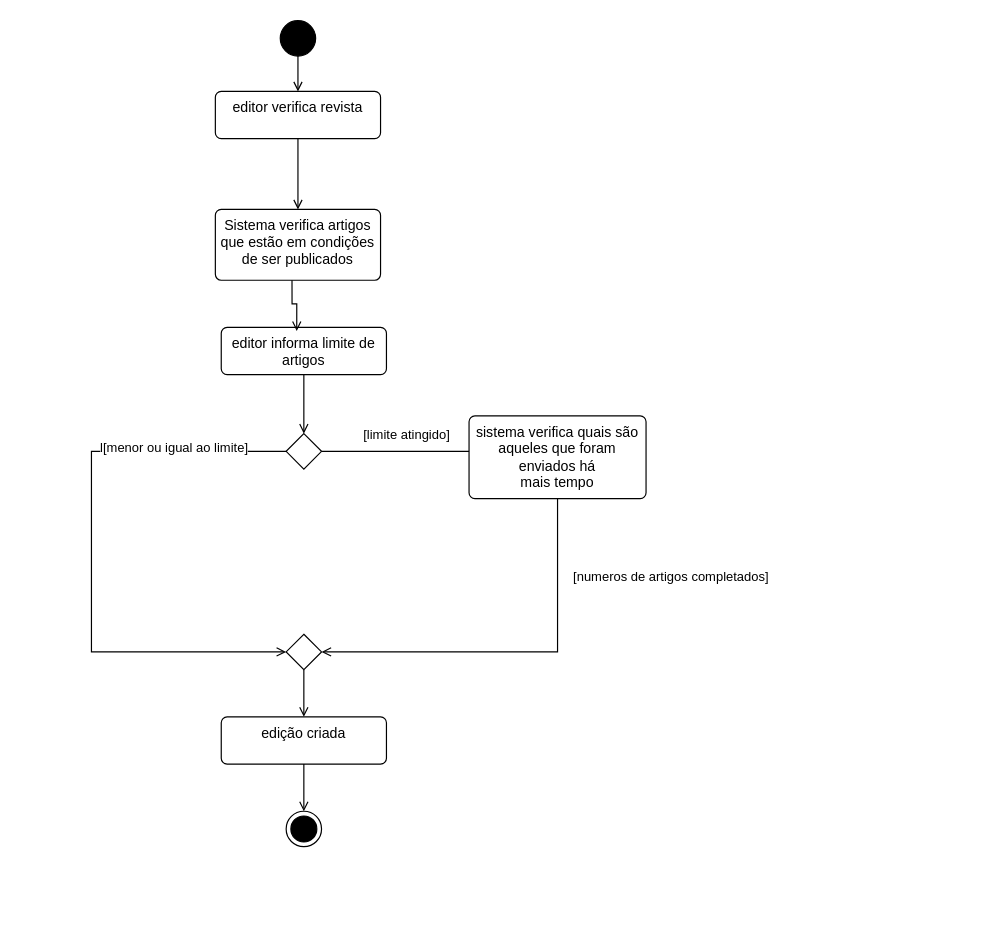
This is diagrama de atividades exer1.drawio from NickSplorer/diagramas_waldo, a draw.io file, before an edit. Source tidied: cells renumbered, new cells numbered last; positions are measured from the earlier drawing's top-left corner, leaving out a move shared by most shapes. Both pictures are drawn from the tidied source at 118%, with x=0, y=0 at pixel (91, 20).
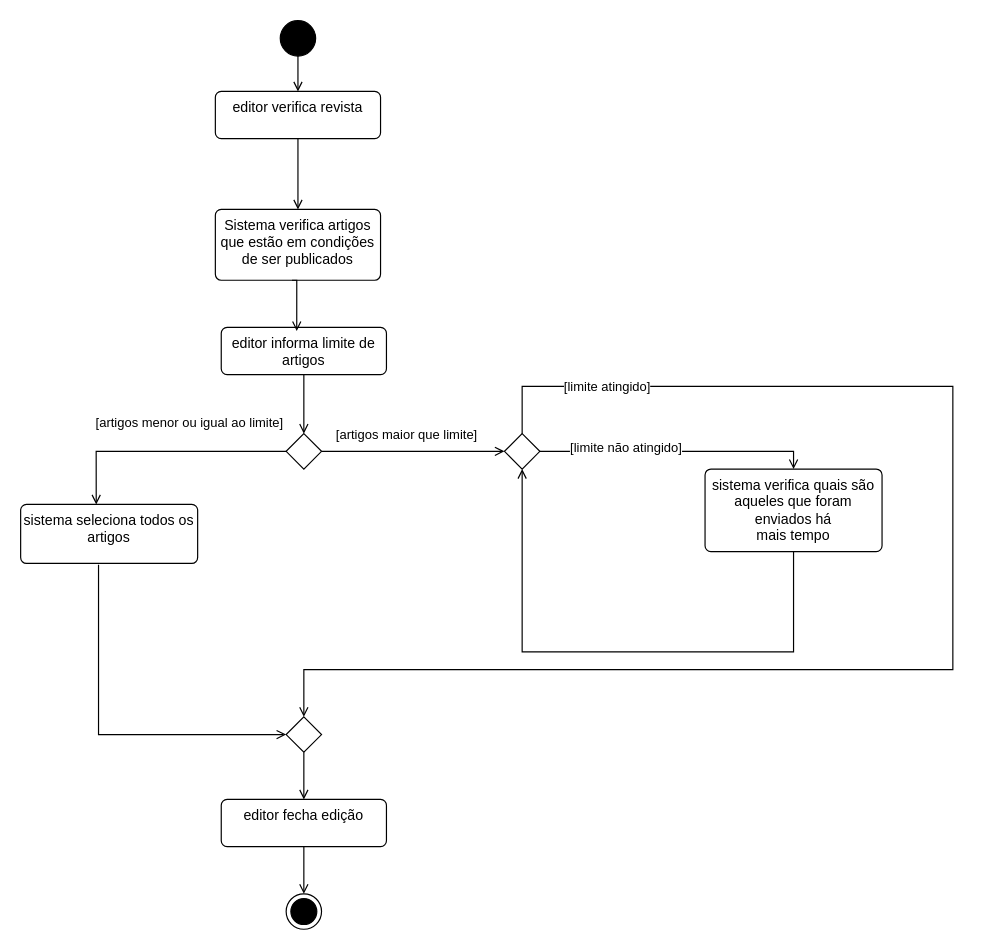
Above is the later version.

The change refers to these unchanged cells:
```xml
<mxCell id="6" value="Sistema verifica&amp;nbsp;artigos que estão em condições de ser publicados" style="html=1;align=center;verticalAlign=top;rounded=1;absoluteArcSize=1;arcSize=10;dashed=0;whiteSpace=wrap;" parent="1" vertex="1">
  <mxGeometry x="105" y="160" width="140" height="60" as="geometry" />
</mxCell>
<mxCell id="8" value="editor informa limite de artigos" style="html=1;align=center;verticalAlign=top;rounded=1;absoluteArcSize=1;arcSize=10;dashed=0;whiteSpace=wrap;" parent="1" vertex="1">
  <mxGeometry x="110" y="260" width="140" height="40" as="geometry" />
</mxCell>
<mxCell id="13" style="rhombus;" parent="1" vertex="1">
  <mxGeometry x="165" y="350" width="30" height="30" as="geometry" />
</mxCell>
```

What changed in the source:
```diff
@@
-    <mxCell id="9" style="edgeStyle=orthogonalEdgeStyle;rounded=0;jettySize=auto;html=1;" parent="1" edge="1" source="13">
+    <mxCell id="9" style="edgeStyle=orthogonalEdgeStyle;rounded=0;jettySize=auto;html=1;endArrow=open;endFill=0;" parent="1" edge="1" source="13">
       <mxGeometry relative="1" as="geometry">
         <mxPoint x="350" y="365" as="targetPoint" />
       </mxGeometry>
     </mxCell>
-    <mxCell id="10" value="[limite atingido]" style="edgeLabel;html=1;align=center;verticalAlign=middle;" parent="9" vertex="1">
+    <mxCell id="10" value="[artigos maior que limite]" style="edgeLabel;html=1;align=center;verticalAlign=middle;" parent="9" vertex="1">
       <mxGeometry x="-0.29" y="4" relative="1" as="geometry">
         <mxPoint x="16" y="-11" as="offset" />
       </mxGeometry>
     </mxCell>
-    <mxCell id="11" style="edgeStyle=orthogonalEdgeStyle;shape=connector;rounded=0;jettySize=auto;html=1;entryX=0;entryY=0.5;entryDx=0;entryDy=0;strokeColor=default;align=center;verticalAlign=middle;fontFamily=Helvetica;fontSize=11;fontColor=default;labelBackgroundColor=default;endArrow=open;endFill=0;" parent="1" edge="1" source="13" target="18">
+    <mxCell id="11" style="edgeStyle=orthogonalEdgeStyle;shape=connector;rounded=0;jettySize=auto;html=1;entryX=0.427;entryY=0;entryDx=0;entryDy=0;strokeColor=default;align=center;verticalAlign=middle;fontFamily=Helvetica;fontSize=11;fontColor=default;labelBackgroundColor=default;endArrow=open;endFill=0;entryPerimeter=0;" parent="1" edge="1" source="13" target="24">
       <mxGeometry relative="1" as="geometry">
         <Array as="points">
-          <mxPoint y="365" />
-          <mxPoint y="535" />
+          <mxPoint x="4" y="365" />
         </Array>
       </mxGeometry>
     </mxCell>
-    <mxCell id="12" value="l[menor ou igual ao limite]" style="edgeLabel;html=1;align=center;verticalAlign=middle;fontFamily=Helvetica;fontSize=11;fontColor=default;labelBackgroundColor=default;" parent="11" vertex="1">
-      <mxGeometry x="-0.62" y="-4" relative="1" as="geometry" />
+    <mxCell id="12" value="[artigos menor ou igual ao limite]" style="edgeLabel;html=1;align=center;verticalAlign=middle;fontFamily=Helvetica;fontSize=11;fontColor=default;labelBackgroundColor=default;" parent="11" vertex="1">
+      <mxGeometry x="-0.62" y="-4" relative="1" as="geometry">
+        <mxPoint x="-44" y="-21" as="offset" />
+      </mxGeometry>
     </mxCell>
@@
-    <mxCell id="14" style="edgeStyle=orthogonalEdgeStyle;shape=connector;rounded=0;jettySize=auto;html=1;entryX=1;entryY=0.5;entryDx=0;entryDy=0;strokeColor=default;align=center;verticalAlign=middle;fontFamily=Helvetica;fontSize=11;fontColor=default;labelBackgroundColor=default;endArrow=open;endFill=0;" parent="1" edge="1" source="16" target="18">
+    <mxCell id="14" style="edgeStyle=orthogonalEdgeStyle;shape=connector;rounded=0;jettySize=auto;html=1;entryX=0.5;entryY=1;entryDx=0;entryDy=0;strokeColor=default;align=center;verticalAlign=middle;fontFamily=Helvetica;fontSize=11;fontColor=default;labelBackgroundColor=default;endArrow=open;endFill=0;" parent="1" edge="1" source="16" target="29">
       <mxGeometry relative="1" as="geometry">
         <Array as="points">
-          <mxPoint x="395" y="535" />
+          <mxPoint x="595" y="535" />
+          <mxPoint x="365" y="535" />
         </Array>
       </mxGeometry>
     </mxCell>
-    <mxCell id="15" value="[numeros de artigos completados]" style="edgeLabel;html=1;align=center;verticalAlign=middle;fontFamily=Helvetica;fontSize=11;fontColor=default;labelBackgroundColor=default;" parent="14" vertex="1">
-      <mxGeometry x="-0.48" y="-4" relative="1" as="geometry">
-        <mxPoint x="99" y="-21" as="offset" />
-      </mxGeometry>
-    </mxCell>
     <mxCell id="16" value="sistema verifica quais são aqueles que foram enviados há&lt;br/&gt;mais tempo" style="html=1;align=center;verticalAlign=top;rounded=1;absoluteArcSize=1;arcSize=10;dashed=0;whiteSpace=wrap;" parent="1" vertex="1">
-      <mxGeometry x="320" y="335" width="150" height="70" as="geometry" />
+      <mxGeometry x="520" y="380" width="150" height="70" as="geometry" />
     </mxCell>
@@
     <mxCell id="18" style="rhombus;" parent="1" vertex="1">
-      <mxGeometry x="165" y="520" width="30" height="30" as="geometry" />
+      <mxGeometry x="165" y="590" width="30" height="30" as="geometry" />
     </mxCell>
@@
-    <mxCell id="20" value="edição criada" style="html=1;align=center;verticalAlign=top;rounded=1;absoluteArcSize=1;arcSize=10;dashed=0;whiteSpace=wrap;" parent="1" vertex="1">
-      <mxGeometry x="110" y="590" width="140" height="40" as="geometry" />
+    <mxCell id="20" value="editor fecha edição" style="html=1;align=center;verticalAlign=top;rounded=1;absoluteArcSize=1;arcSize=10;dashed=0;whiteSpace=wrap;" parent="1" vertex="1">
+      <mxGeometry x="110" y="660" width="140" height="40" as="geometry" />
     </mxCell>
     <mxCell id="21" style="edgeStyle=orthogonalEdgeStyle;shape=connector;rounded=0;jettySize=auto;html=1;entryX=0.457;entryY=0.075;entryDx=0;entryDy=0;entryPerimeter=0;strokeColor=default;align=center;verticalAlign=middle;fontFamily=Helvetica;fontSize=11;fontColor=default;labelBackgroundColor=default;endArrow=open;endFill=0;exitX=0.464;exitY=1;exitDx=0;exitDy=0;exitPerimeter=0;" parent="1" edge="1" source="6" target="8">
-      <mxGeometry relative="1" as="geometry" />
+      <mxGeometry relative="1" as="geometry">
+        <Array as="points">
+          <mxPoint x="174" y="220" />
+        </Array>
+      </mxGeometry>
     </mxCell>
     <mxCell id="22" style="ellipse;html=1;shape=endState;fillColor=strokeColor;fontFamily=Helvetica;fontSize=11;fontColor=default;labelBackgroundColor=default;" parent="1" vertex="1">
-      <mxGeometry x="165" y="670" width="30" height="30" as="geometry" />
+      <mxGeometry x="165" y="740" width="30" height="30" as="geometry" />
     </mxCell>
+    <mxCell id="23" style="edgeStyle=orthogonalEdgeStyle;rounded=0;jettySize=auto;html=1;entryX=0;entryY=0.5;entryDx=0;entryDy=0;exitX=0.44;exitY=1.02;exitDx=0;exitDy=0;exitPerimeter=0;endArrow=open;endFill=0;" parent="1" edge="1" source="24" target="18">
+      <mxGeometry relative="1" as="geometry">
+        <Array as="points">
+          <mxPoint x="6" y="605" />
+        </Array>
+      </mxGeometry>
+    </mxCell>
+    <mxCell id="24" value="sistema seleciona todos os artigos" style="html=1;align=center;verticalAlign=top;rounded=1;absoluteArcSize=1;arcSize=10;dashed=0;whiteSpace=wrap;" parent="1" vertex="1">
+      <mxGeometry x="-60" y="410" width="150" height="50" as="geometry" />
+    </mxCell>
+    <mxCell id="25" style="edgeStyle=orthogonalEdgeStyle;rounded=0;jettySize=auto;html=1;entryX=0.5;entryY=0;entryDx=0;entryDy=0;endArrow=open;endFill=0;" parent="1" edge="1" source="29" target="16">
+      <mxGeometry relative="1" as="geometry">
+        <Array as="points">
+          <mxPoint x="595" y="365" />
+        </Array>
+      </mxGeometry>
+    </mxCell>
+    <mxCell id="26" value="[limite não atingido]" style="edgeLabel;html=1;align=center;verticalAlign=middle;fontFamily=Helvetica;fontSize=11;fontColor=default;labelBackgroundColor=default;" parent="25" vertex="1">
+      <mxGeometry x="-0.37" y="4" relative="1" as="geometry" />
+    </mxCell>
+    <mxCell id="27" style="edgeStyle=orthogonalEdgeStyle;shape=connector;rounded=0;jettySize=auto;html=1;strokeColor=default;align=center;verticalAlign=middle;fontFamily=Helvetica;fontSize=11;fontColor=default;labelBackgroundColor=default;endArrow=open;endFill=0;entryX=0.5;entryY=0;entryDx=0;entryDy=0;" parent="1" edge="1" source="29" target="18">
+      <mxGeometry relative="1" as="geometry">
+        <Array as="points">
+          <mxPoint x="365" y="310" />
+          <mxPoint x="730" y="310" />
+          <mxPoint x="730" y="550" />
+          <mxPoint x="180" y="550" />
+        </Array>
+      </mxGeometry>
+    </mxCell>
+    <mxCell id="28" value="[limite atingido]" style="edgeLabel;html=1;align=center;verticalAlign=middle;fontFamily=Helvetica;fontSize=11;fontColor=default;labelBackgroundColor=default;" parent="27" vertex="1">
+      <mxGeometry x="-0.82" y="1" relative="1" as="geometry" />
+    </mxCell>
+    <mxCell id="29" style="rhombus;" parent="1" vertex="1">
+      <mxGeometry x="350" y="350" width="30" height="30" as="geometry" />
+    </mxCell>
```
